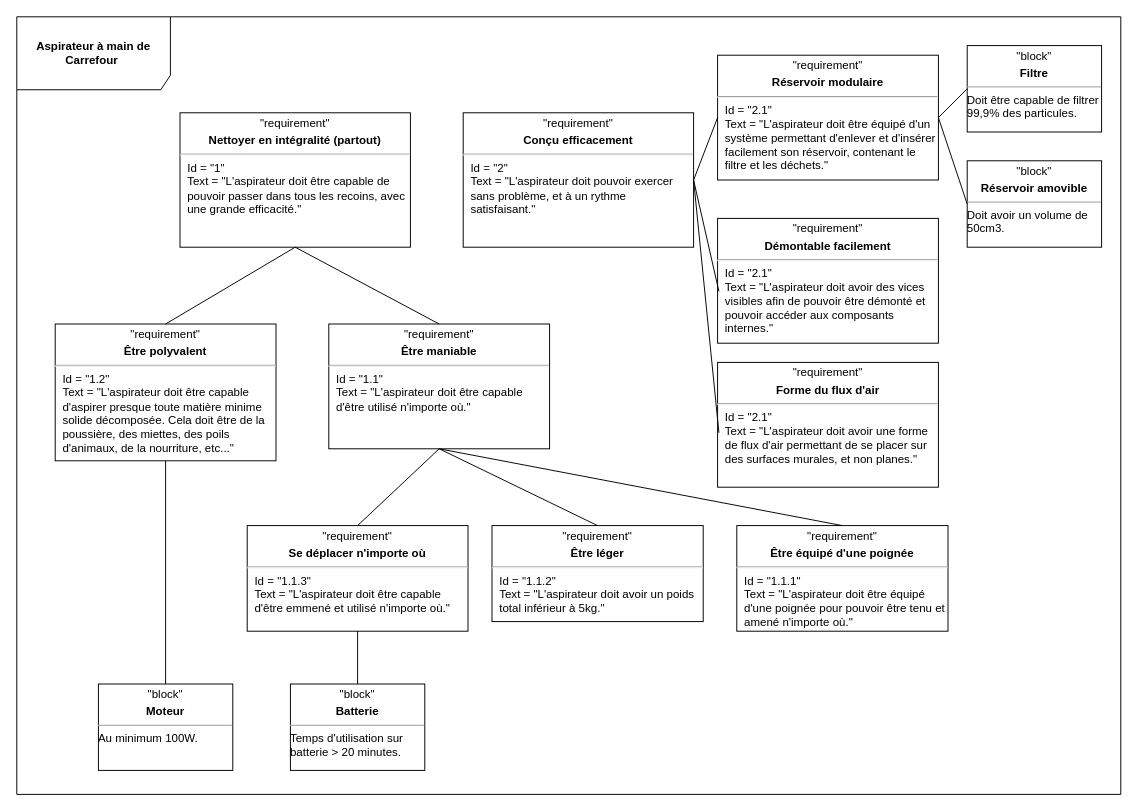
Earlier version of the draw.io diagram Aspirateur_Exigences.drawio (vertueux/discord). Source tidied: cells renumbered, new cells numbered last; positions are measured from the earlier drawing's top-left corner, leaving out a move shared by most shapes. Both pictures are drawn from the tidied source at 96%, with x=0, y=0 at pixel (16, 16).
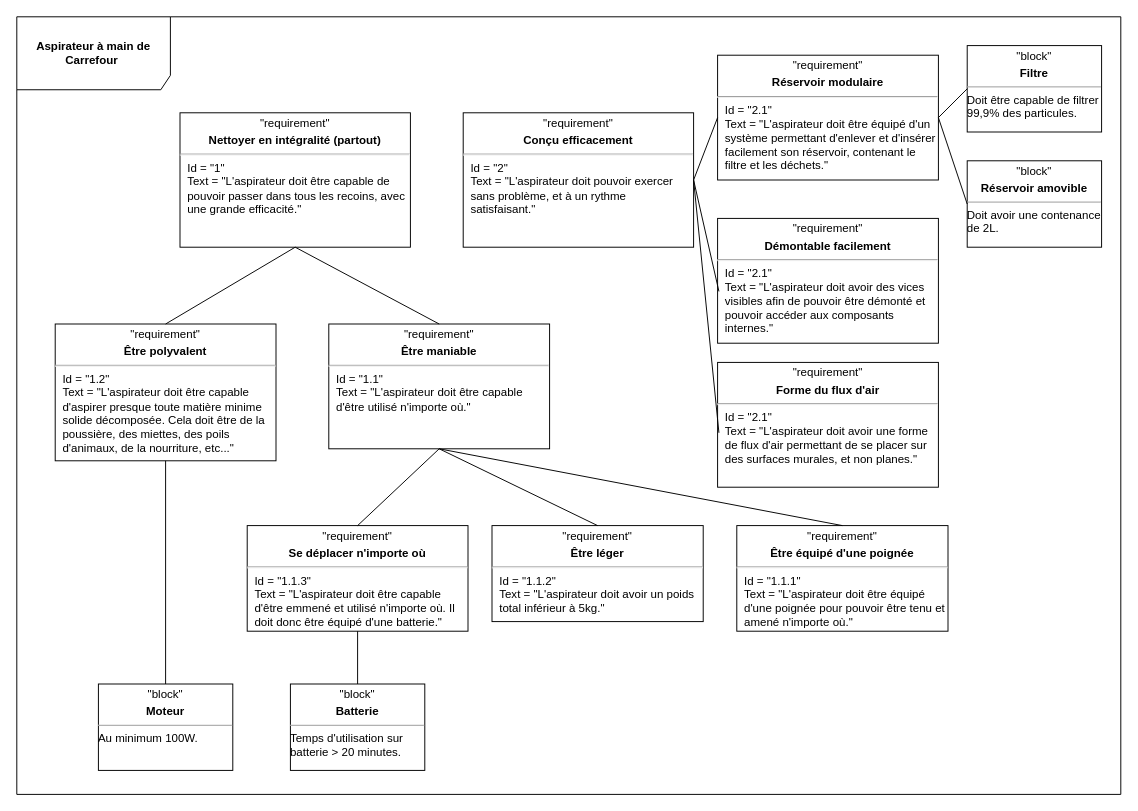
The same page after the edit.

Diff of the diagram source:
```diff
@@
-    <mxCell id="11" value="&lt;p style=&quot;text-align: center; margin: 4px 0px 0px;&quot;&gt;&quot;requirement&quot;&lt;b&gt;&lt;br&gt;&lt;/b&gt;&lt;/p&gt;&lt;p style=&quot;text-align: center; margin: 4px 0px 0px;&quot;&gt;&lt;b&gt;Se déplacer n'importe où&lt;/b&gt;&lt;br&gt;&lt;/p&gt;&lt;hr&gt;&lt;p style=&quot;margin:0px;margin-left:8px;&quot;&gt;Id = &quot;1.1.3&quot;&lt;/p&gt;&lt;p style=&quot;margin:0px;margin-left:8px;&quot;&gt;Text = &quot;L'aspirateur doit être capable d'être emmené et utilisé n'importe où.&quot;&lt;/p&gt;" style="verticalAlign=top;align=left;overflow=fill;fontSize=12;fontFamily=Helvetica;html=1;whiteSpace=wrap;" parent="1" vertex="1">
+    <mxCell id="11" value="&lt;p style=&quot;text-align: center; margin: 4px 0px 0px;&quot;&gt;&quot;requirement&quot;&lt;b&gt;&lt;br&gt;&lt;/b&gt;&lt;/p&gt;&lt;p style=&quot;text-align: center; margin: 4px 0px 0px;&quot;&gt;&lt;b&gt;Se déplacer n'importe où&lt;/b&gt;&lt;br&gt;&lt;/p&gt;&lt;hr&gt;&lt;p style=&quot;margin:0px;margin-left:8px;&quot;&gt;Id = &quot;1.1.3&quot;&lt;/p&gt;&lt;p style=&quot;margin:0px;margin-left:8px;&quot;&gt;Text = &quot;L'aspirateur doit être capable d'être emmené et utilisé n'importe où. Il doit donc être équipé d'une batterie.&quot;&lt;/p&gt;" style="verticalAlign=top;align=left;overflow=fill;fontSize=12;fontFamily=Helvetica;html=1;whiteSpace=wrap;" parent="1" vertex="1">
       <mxGeometry x="240" y="530" width="230" height="110" as="geometry" />
     </mxCell>
@@
-    <mxCell id="23" value="&lt;p style=&quot;margin:0px;margin-top:4px;text-align:center;&quot;&gt;&quot;block&quot;&lt;/p&gt;&lt;p style=&quot;margin:0px;margin-top:4px;text-align:center;&quot;&gt;&lt;b&gt;Réservoir amovible&lt;/b&gt;&lt;/p&gt;&lt;hr size=&quot;1&quot;&gt;&lt;div style=&quot;height:2px;&quot;&gt;Doit avoir un volume de 50cm3.&lt;/div&gt;" style="verticalAlign=top;align=left;overflow=fill;fontSize=12;fontFamily=Helvetica;html=1;whiteSpace=wrap;" parent="1" vertex="1">
+    <mxCell id="23" value="&lt;p style=&quot;margin:0px;margin-top:4px;text-align:center;&quot;&gt;&quot;block&quot;&lt;/p&gt;&lt;p style=&quot;margin:0px;margin-top:4px;text-align:center;&quot;&gt;&lt;b&gt;Réservoir amovible&lt;/b&gt;&lt;/p&gt;&lt;hr size=&quot;1&quot;&gt;&lt;div style=&quot;height:2px;&quot;&gt;Doit avoir une contenance de 2L.&lt;/div&gt;" style="verticalAlign=top;align=left;overflow=fill;fontSize=12;fontFamily=Helvetica;html=1;whiteSpace=wrap;" parent="1" vertex="1">
       <mxGeometry x="990" y="150" width="140" height="90" as="geometry" />
     </mxCell>
```
